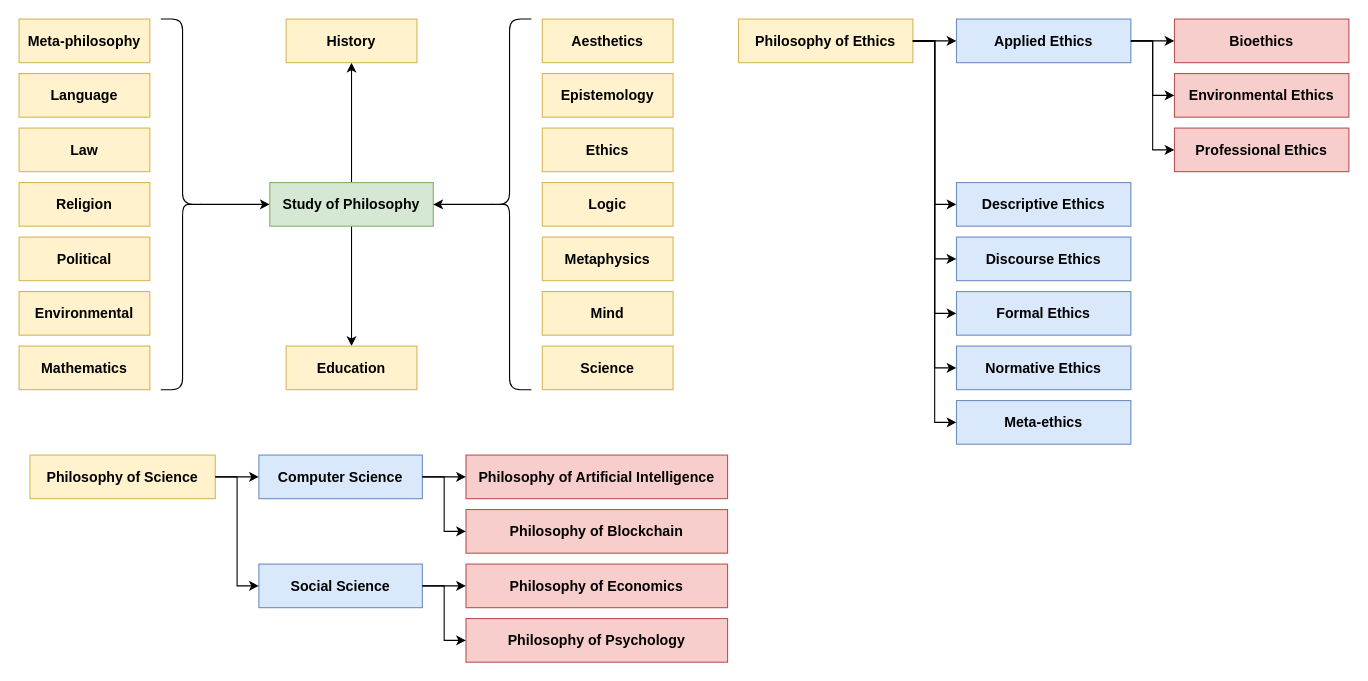
This is page "Main" (1 of 2) of drawings/KRUNA Philosophy.drawio from gungunfebrianza/Belajar-Philosophy-Computer-Science, a draw.io file, before an edit. Source tidied: cells renumbered, new cells numbered last; positions are measured from the earlier drawing's top-left corner, leaving out a move shared by most shapes. Both pictures are drawn from the tidied source at 109%, with x=0, y=0 at pixel (19, 19).
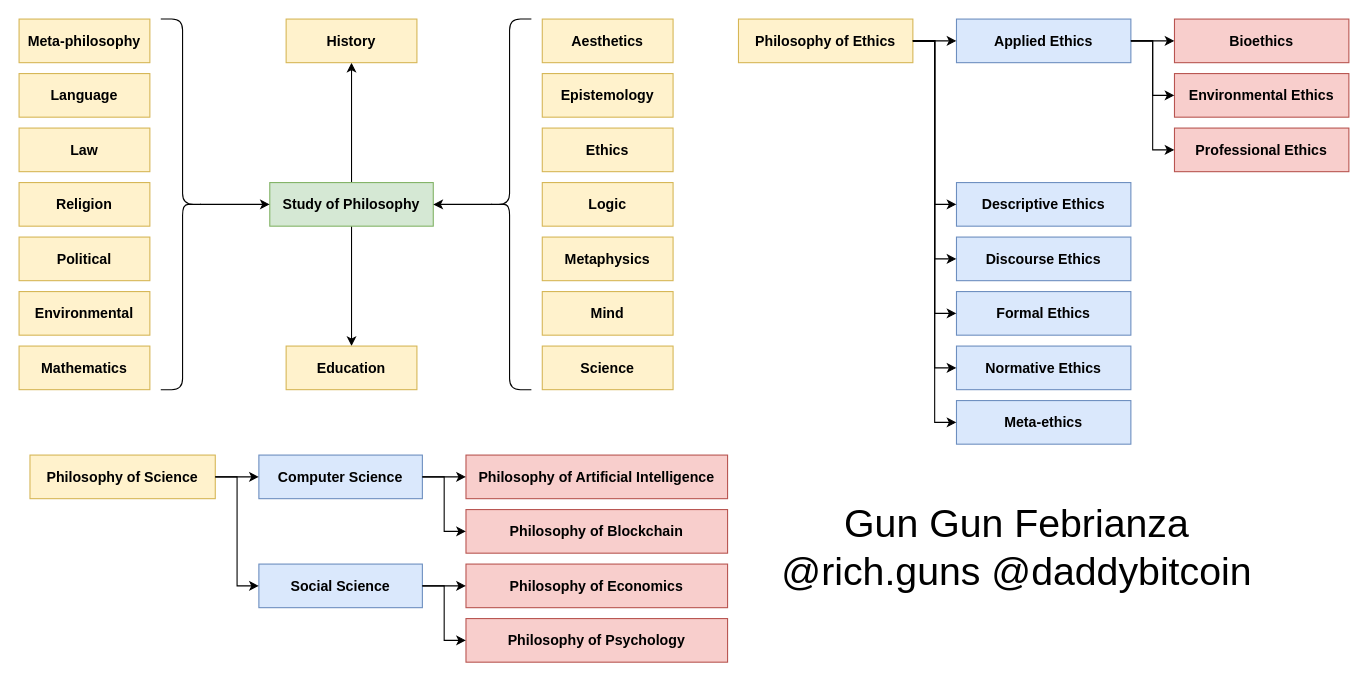
After the change.

Commit message (it also covers changes not shown here):
add philosophy of science

What changed in the source:
```diff
@@
+    <mxCell id="59" value="&lt;font style=&quot;font-size: 36px&quot;&gt;Gun Gun Febrianza&lt;br&gt;@rich.guns @daddybitcoin&lt;/font&gt;" style="text;html=1;align=center;verticalAlign=middle;strokeColor=none;fontSize=13;" parent="1" vertex="1">
+      <mxGeometry x="690" y="460" width="450" height="50" as="geometry" />
+    </mxCell>
```
